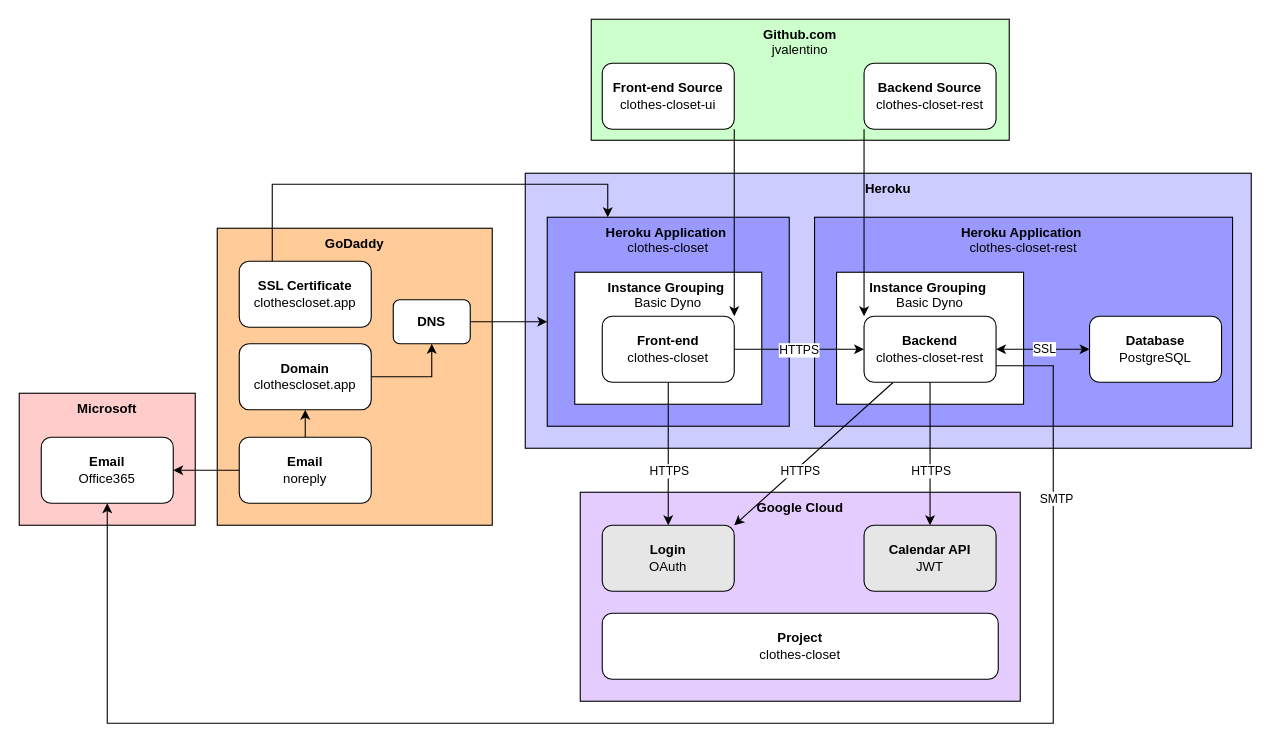
Above: page "high-level architecture" (1 of 11) of clothes-closet.drawio in jvalentino/clothes-closet-wiki (draw.io), before the change. Source tidied: cells renumbered, new cells numbered last; positions are measured from the earlier drawing's top-left corner, leaving out a move shared by most shapes. Both pictures are drawn from the tidied source at 110%, with x=0, y=0 at pixel (19, 19).
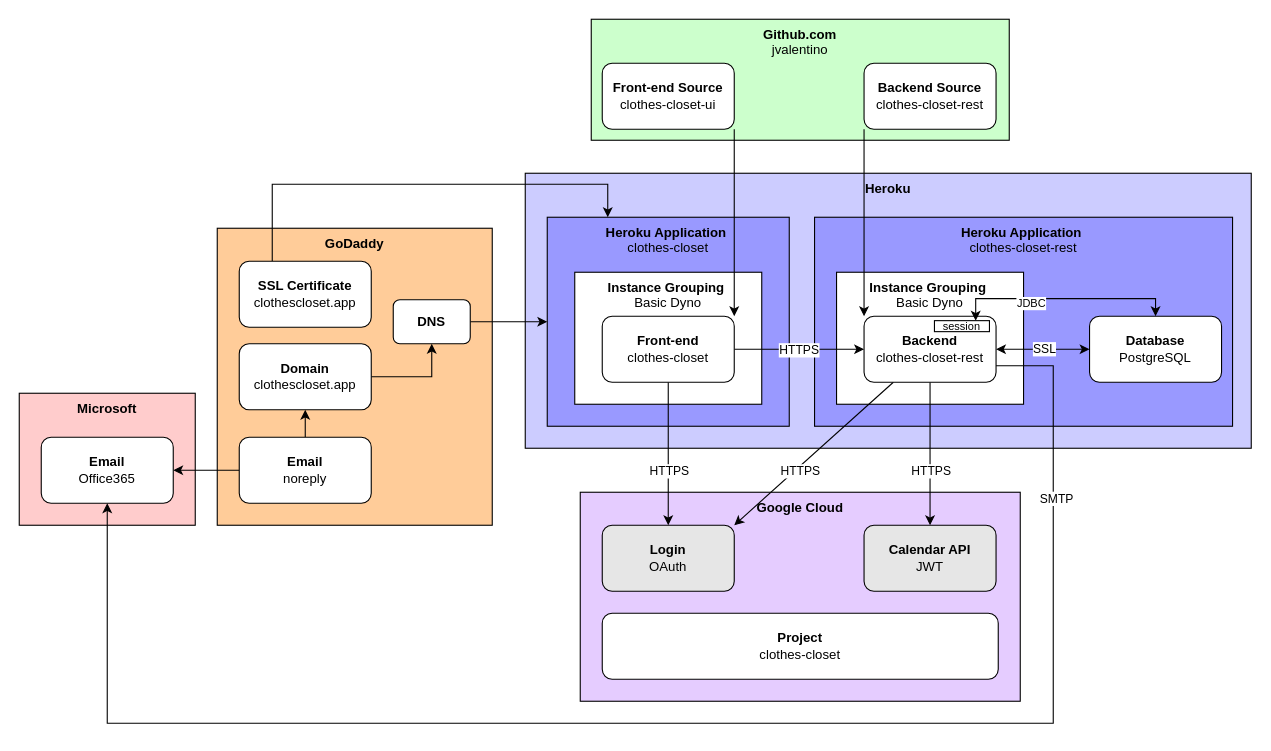
The same diagram, later.

The change refers to these unchanged cells:
```xml
<mxCell id="23" value="&lt;b&gt;Database&lt;br&gt;&lt;/b&gt;PostgreSQL" style="rounded=1;whiteSpace=wrap;html=1;" parent="1" vertex="1">
  <mxGeometry x="973" y="270" width="120" height="60" as="geometry" />
</mxCell>
```

Diff of the diagram source:
```diff
@@
+    <mxCell id="43" style="edgeStyle=orthogonalEdgeStyle;rounded=0;jettySize=auto;html=1;entryX=0.5;entryY=0;entryDx=0;entryDy=0;fontSize=10;exitX=0.75;exitY=0;exitDx=0;exitDy=0;startArrow=classic;startFill=1;" parent="1" edge="1" source="45" target="23">
+      <mxGeometry relative="1" as="geometry" />
+    </mxCell>
+    <mxCell id="44" value="JDBC" style="edgeLabel;html=1;align=center;verticalAlign=middle;fontSize=10;" parent="43" vertex="1">
+      <mxGeometry x="-0.3" y="-3" relative="1" as="geometry" />
+    </mxCell>
+    <mxCell id="45" value="session" style="rounded=0;whiteSpace=wrap;html=1;fontSize=10;" parent="1" vertex="1">
+      <mxGeometry x="832" y="274" width="50" height="10" as="geometry" />
+    </mxCell>
```
